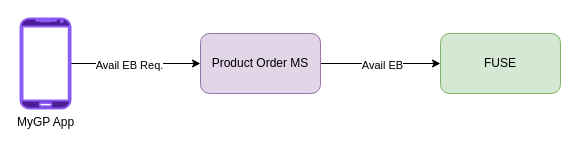
theasad/draw.io keeps this draw.io diagram as Opt-In EB.drawio. Above is the earlier version. Source tidied: cells renumbered, new cells numbered last; positions are measured from the earlier drawing's top-left corner, leaving out a move shared by most shapes. Both pictures are drawn from the tidied source at 100%, with x=0, y=0 at pixel (20, 18).
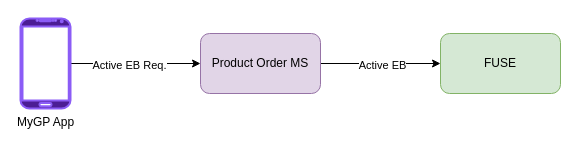
Above is the later version.

What changed in the source:
```diff
@@
 <mxGraphModel>
   <root>
     <mxCell id="0" />
     <mxCell id="1" parent="0" />
     <mxCell id="2" style="edgeStyle=orthogonalEdgeStyle;rounded=0;jettySize=auto;html=1;entryX=0;entryY=0.5;entryDx=0;entryDy=0;" parent="1" edge="1" source="4" target="7">
       <mxGeometry relative="1" as="geometry" />
     </mxCell>
-    <mxCell id="3" value="Avail EB Req." style="edgeLabel;html=1;align=center;verticalAlign=middle;" parent="2" vertex="1">
+    <mxCell id="3" value="Active EB Req." style="edgeLabel;html=1;align=center;verticalAlign=middle;" parent="2" vertex="1">
       <mxGeometry x="-0.11" y="-4" relative="1" as="geometry">
         <mxPoint y="-3" as="offset" />
       </mxGeometry>
     </mxCell>
     <mxCell id="4" value="MyGP App" style="verticalLabelPosition=bottom;verticalAlign=top;html=1;shadow=0;dashed=0;outlineConnect=0;shape=mxgraph.android.phone2;fillColor=#4c1d95;strokeColor=#8b5cf6;strokeWidth=2;" parent="1" vertex="1">
       <mxGeometry width="50" height="90" as="geometry" />
     </mxCell>
     <mxCell id="5" style="edgeStyle=orthogonalEdgeStyle;rounded=0;jettySize=auto;html=1;exitX=1;exitY=0.5;exitDx=0;exitDy=0;" parent="1" edge="1" source="7" target="8">
       <mxGeometry relative="1" as="geometry" />
     </mxCell>
-    <mxCell id="6" value="Avail EB" style="edgeLabel;html=1;align=center;verticalAlign=middle;" parent="5" vertex="1">
+    <mxCell id="6" value="Active EB" style="edgeLabel;html=1;align=center;verticalAlign=middle;" parent="5" vertex="1">
       <mxGeometry x="0.01" y="-1" relative="1" as="geometry" />
     </mxCell>
     <mxCell id="7" value="Product Order MS" style="rounded=1;whiteSpace=wrap;html=1;fillColor=#e1d5e7;strokeColor=#9673a6;" parent="1" vertex="1">
       <mxGeometry x="180" y="15" width="120" height="60" as="geometry" />
     </mxCell>
     <mxCell id="8" value="FUSE" style="rounded=1;whiteSpace=wrap;html=1;fillColor=#d5e8d4;strokeColor=#82b366;align=center;" parent="1" vertex="1">
       <mxGeometry x="420" y="15" width="120" height="60" as="geometry" />
     </mxCell>
   </root>
 </mxGraphModel>
```
